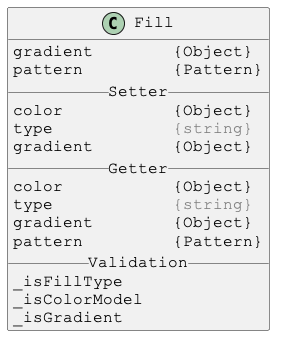
Before: docs/PlantUml/images/Fill.png, a diagram exported from PlantUML (Justin-Byrne/canvasLab).
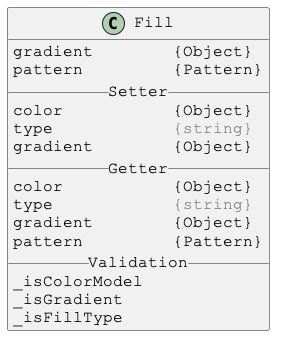
The same diagram one commit later.

Diff of the diagram source:
```diff
@@ -16,9 +16,9 @@
 gradient        {Object}
 pattern         {Pattern}
 __ Validation __
-_isFillType
 _isColorModel
 _isGradient
+_isFillType
 }
 
 @enduml
```
